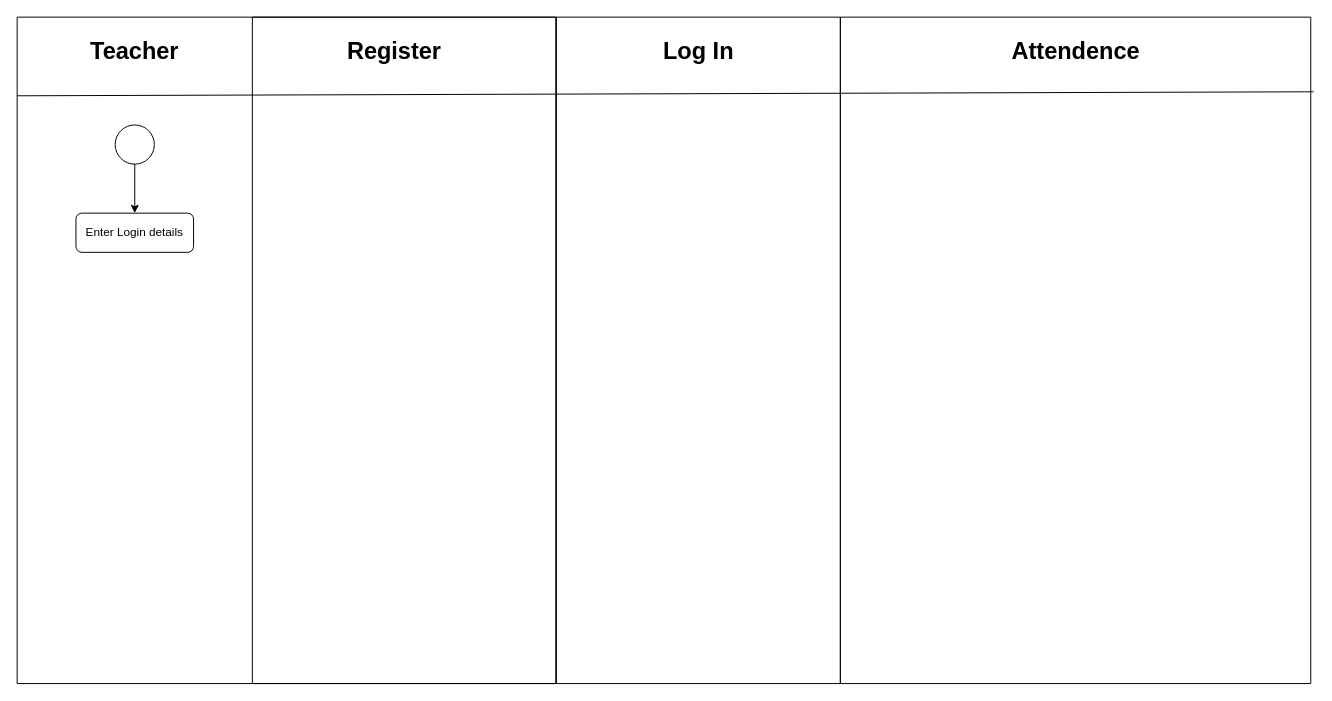
Yagna-gajjar/software-engineering-diagrams keeps this draw.io diagram as Swimlane .drawio. Above is the earlier version. Source tidied: cells renumbered, new cells numbered last; positions are measured from the earlier drawing's top-left corner, leaving out a move shared by most shapes. Both pictures are drawn from the tidied source at 98%, with x=0, y=0 at pixel (17, 17).
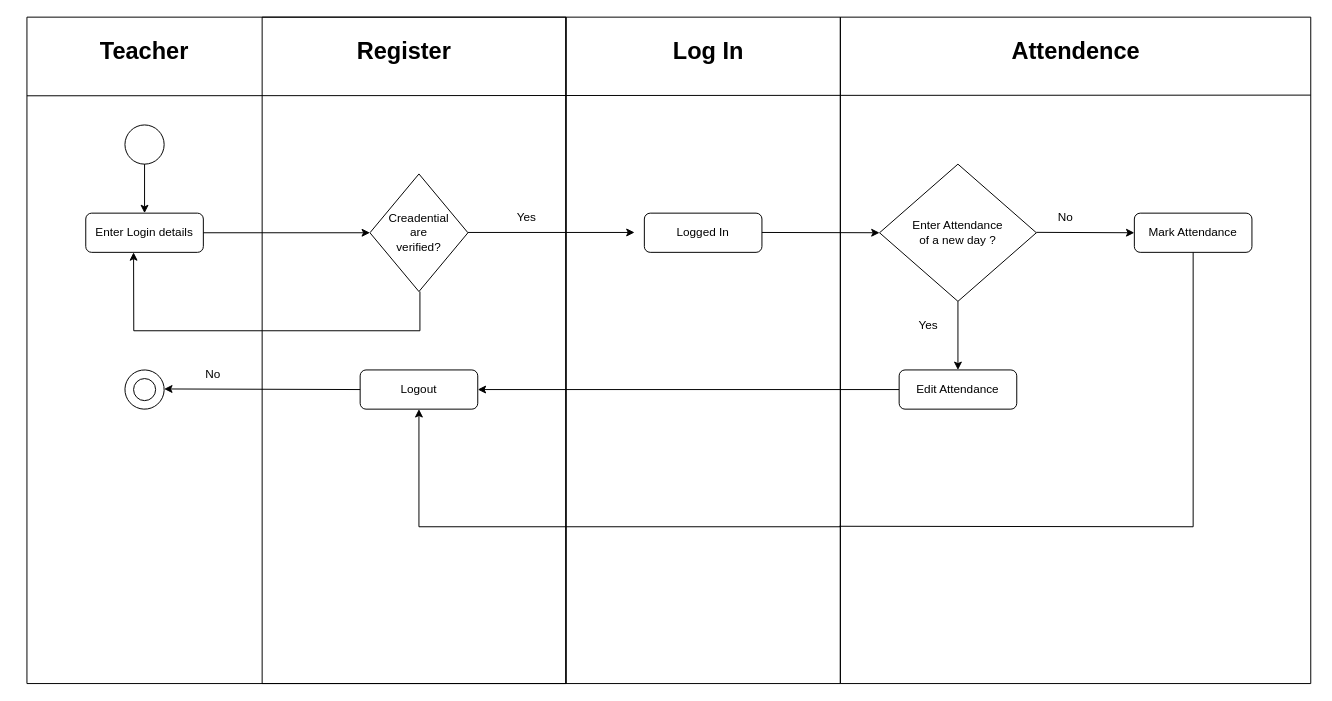
The same diagram, later.

Unchanged cells that the change refers to:
```xml
<mxCell id="12" style="swimlane;startSize=0;" parent="1" vertex="1">
  <mxGeometry x="840" width="480" height="680" as="geometry" />
</mxCell>
```

The edit, as a diff of the source:
```diff
@@
-    <mxCell id="2" style="swimlane;startSize=0;" parent="1" vertex="1">
-      <mxGeometry width="550" height="680" as="geometry" />
-    </mxCell>
+    <mxCell id="10" style="swimlane;startSize=0;" parent="1" vertex="1">
+      <mxGeometry x="560" width="280" height="680" as="geometry" />
+    </mxCell>
+    <mxCell id="11" value="&lt;font style=&quot;font-size: 24px;&quot;&gt;&lt;b&gt;Log In&lt;/b&gt;&lt;/font&gt;" style="text;strokeColor=none;align=center;fillColor=none;html=1;verticalAlign=middle;whiteSpace=wrap;rounded=0;" parent="10" vertex="1">
+      <mxGeometry x="107.5" y="20" width="75" height="30" as="geometry" />
+    </mxCell>
+    <mxCell id="15" style="rounded=1;whiteSpace=wrap;html=1;" parent="10" vertex="1">
+      <mxGeometry x="80" y="200" width="120" height="40" as="geometry" />
+    </mxCell>
+    <mxCell id="16" value="Logged In" style="text;strokeColor=none;align=center;fillColor=none;html=1;verticalAlign=middle;whiteSpace=wrap;rounded=0;" parent="10" vertex="1">
+      <mxGeometry x="110" y="205" width="60" height="30" as="geometry" />
+    </mxCell>
+    <mxCell id="14" style="endArrow=none;html=1;rounded=0;exitX=0;exitY=0.118;exitDx=0;exitDy=0;exitPerimeter=0;entryX=1;entryY=0.117;entryDx=0;entryDy=0;entryPerimeter=0;" parent="1" edge="1" source="2" target="12">
+      <mxGeometry relative="1" as="geometry" />
+    </mxCell>
-    <mxCell id="3" style="swimlane;startSize=0;" parent="2" vertex="1">
-      <mxGeometry x="240" width="310" height="680" as="geometry" />
+    <mxCell id="3" style="swimlane;startSize=0;" parent="1" vertex="1">
+      <mxGeometry x="250" width="310" height="680" as="geometry" />
     </mxCell>
@@
+    <mxCell id="17" style="rhombus;whiteSpace=wrap;html=1;rounded=0;" parent="3" vertex="1">
+      <mxGeometry x="110" y="160" width="100" height="120" as="geometry" />
+    </mxCell>
+    <mxCell id="18" value="Creadential&lt;div&gt;are verified?&lt;/div&gt;" style="text;strokeColor=none;align=center;fillColor=none;html=1;verticalAlign=middle;whiteSpace=wrap;rounded=0;" parent="3" vertex="1">
+      <mxGeometry x="130" y="205" width="60" height="30" as="geometry" />
+    </mxCell>
+    <mxCell id="19" style="endArrow=classic;html=1;rounded=1;entryX=0;entryY=0.5;entryDx=0;entryDy=0;" parent="3" edge="1">
+      <mxGeometry relative="1" as="geometry">
+        <mxPoint x="210" y="219.7" as="sourcePoint" />
+        <mxPoint x="380" y="219.7" as="targetPoint" />
+      </mxGeometry>
+    </mxCell>
+    <mxCell id="2" style="swimlane;startSize=0;" parent="3" vertex="1">
+      <mxGeometry x="-240" width="550" height="680" as="geometry" />
+    </mxCell>
@@
     <mxCell id="8" value="Enter Login details" style="text;strokeColor=none;align=center;fillColor=none;html=1;verticalAlign=middle;whiteSpace=wrap;rounded=0;" parent="2" vertex="1">
-      <mxGeometry x="40" y="205" width="160" height="30" as="geometry" />
+      <mxGeometry x="60" y="205" width="120" height="30" as="geometry" />
     </mxCell>
@@
-    <mxCell id="10" style="swimlane;startSize=0;" parent="1" vertex="1">
-      <mxGeometry x="550" width="290" height="680" as="geometry" />
-    </mxCell>
-    <mxCell id="11" value="&lt;font style=&quot;font-size: 24px;&quot;&gt;&lt;b&gt;Log In&lt;/b&gt;&lt;/font&gt;" style="text;strokeColor=none;align=center;fillColor=none;html=1;verticalAlign=middle;whiteSpace=wrap;rounded=0;" parent="10" vertex="1">
-      <mxGeometry x="107.5" y="20" width="75" height="30" as="geometry" />
-    </mxCell>
+    <mxCell id="20" style="rounded=1;whiteSpace=wrap;html=1;" parent="2" vertex="1">
+      <mxGeometry x="340" y="360" width="120" height="40" as="geometry" />
+    </mxCell>
+    <mxCell id="21" value="Logout" style="text;strokeColor=none;align=center;fillColor=none;html=1;verticalAlign=middle;whiteSpace=wrap;rounded=0;" parent="2" vertex="1">
+      <mxGeometry x="350" y="365" width="100" height="30" as="geometry" />
+    </mxCell>
+    <mxCell id="22" style="ellipse;whiteSpace=wrap;html=1;" parent="2" vertex="1">
+      <mxGeometry x="108.8" y="368.8" width="22.5" height="22.5" as="geometry" />
+    </mxCell>
+    <mxCell id="23" style="verticalLabelPosition=bottom;verticalAlign=top;html=1;shape=mxgraph.basic.arc;startAngle=0.10090784986700065;endAngle=0.1;rounded=1;" parent="2" vertex="1">
+      <mxGeometry x="100" y="360" width="40" height="40" as="geometry" />
+    </mxCell>
+    <mxCell id="24" style="endArrow=classic;html=1;rounded=1;entryX=1;entryY=0.5;entryDx=0;entryDy=0;exitX=0;exitY=0.5;exitDx=0;exitDy=0;" parent="2" edge="1" source="20">
+      <mxGeometry relative="1" as="geometry">
+        <mxPoint x="140" y="379.4" as="targetPoint" />
+      </mxGeometry>
+    </mxCell>
+    <mxCell id="25" style="endArrow=classic;html=1;rounded=0;entryX=0.5;entryY=1;entryDx=0;entryDy=0;" parent="2" edge="1">
+      <mxGeometry relative="1" as="geometry">
+        <mxPoint x="240" y="320" as="sourcePoint" />
+        <mxPoint x="108.8" y="240" as="targetPoint" />
+        <Array as="points">
+          <mxPoint x="109" y="320" />
+        </Array>
+      </mxGeometry>
+    </mxCell>
+    <mxCell id="26" style="endArrow=none;html=1;rounded=0;exitX=0.5;exitY=1;exitDx=0;exitDy=0;" parent="2" edge="1">
+      <mxGeometry relative="1" as="geometry">
+        <mxPoint x="401" y="280" as="sourcePoint" />
+        <mxPoint x="240" y="320" as="targetPoint" />
+        <Array as="points">
+          <mxPoint x="401" y="320" />
+        </Array>
+      </mxGeometry>
+    </mxCell>
+    <mxCell id="27" value="Yes" style="text;strokeColor=none;align=center;fillColor=none;html=1;verticalAlign=middle;whiteSpace=wrap;rounded=0;" parent="2" vertex="1">
+      <mxGeometry x="480" y="190" width="60" height="30" as="geometry" />
+    </mxCell>
+    <mxCell id="28" value="No" style="text;strokeColor=none;align=center;fillColor=none;html=1;verticalAlign=middle;whiteSpace=wrap;rounded=0;" parent="2" vertex="1">
+      <mxGeometry x="160" y="350" width="60" height="30" as="geometry" />
+    </mxCell>
+    <mxCell id="29" style="endArrow=classic;html=1;rounded=1;entryX=0;entryY=0.5;entryDx=0;entryDy=0;" parent="3" edge="1" source="8" target="17">
+      <mxGeometry relative="1" as="geometry" />
+    </mxCell>
+    <mxCell id="30" style="endArrow=classic;html=1;rounded=1;entryX=1;entryY=0.5;entryDx=0;entryDy=0;exitX=0;exitY=0.5;exitDx=0;exitDy=0;" parent="1" edge="1" source="37">
+      <mxGeometry relative="1" as="geometry">
+        <mxPoint x="470" y="380" as="targetPoint" />
+      </mxGeometry>
+    </mxCell>
@@
-    <mxCell id="14" style="endArrow=none;html=1;rounded=0;exitX=0;exitY=0.118;exitDx=0;exitDy=0;exitPerimeter=0;entryX=1.006;entryY=0.112;entryDx=0;entryDy=0;entryPerimeter=0;" parent="1" edge="1" source="2" target="12">
-      <mxGeometry relative="1" as="geometry" />
-    </mxCell>
+    <mxCell id="31" style="endArrow=classic;html=1;rounded=1;" parent="12" edge="1">
+      <mxGeometry relative="1" as="geometry">
+        <mxPoint x="-80" y="219.7" as="sourcePoint" />
+        <mxPoint x="40" y="220" as="targetPoint" />
+      </mxGeometry>
+    </mxCell>
+    <mxCell id="32" style="rhombus;whiteSpace=wrap;html=1;rounded=0;" parent="12" vertex="1">
+      <mxGeometry x="40" y="150" width="160" height="140" as="geometry" />
+    </mxCell>
+    <mxCell id="33" value="Enter Attendance&lt;div&gt;of a new day ?&lt;/div&gt;" style="text;strokeColor=none;align=center;fillColor=none;html=1;verticalAlign=middle;whiteSpace=wrap;rounded=0;" parent="12" vertex="1">
+      <mxGeometry x="55" y="205" width="130" height="30" as="geometry" />
+    </mxCell>
+    <mxCell id="34" style="rounded=1;whiteSpace=wrap;html=1;" parent="12" vertex="1">
+      <mxGeometry x="300" y="200" width="120" height="40" as="geometry" />
+    </mxCell>
+    <mxCell id="35" value="Mark Attendance" style="text;strokeColor=none;align=center;fillColor=none;html=1;verticalAlign=middle;whiteSpace=wrap;rounded=0;" parent="12" vertex="1">
+      <mxGeometry x="310" y="205" width="100" height="30" as="geometry" />
+    </mxCell>
+    <mxCell id="36" style="endArrow=classic;html=1;rounded=1;entryX=0;entryY=0.5;entryDx=0;entryDy=0;" parent="12" edge="1" target="34">
+      <mxGeometry relative="1" as="geometry">
+        <mxPoint x="200" y="219.6" as="sourcePoint" />
+      </mxGeometry>
+    </mxCell>
+    <mxCell id="37" style="rounded=1;whiteSpace=wrap;html=1;" parent="12" vertex="1">
+      <mxGeometry x="60" y="360" width="120" height="40" as="geometry" />
+    </mxCell>
+    <mxCell id="38" value="Edit Attendance" style="text;strokeColor=none;align=center;fillColor=none;html=1;verticalAlign=middle;whiteSpace=wrap;rounded=0;" parent="12" vertex="1">
+      <mxGeometry x="70" y="365" width="100" height="30" as="geometry" />
+    </mxCell>
+    <mxCell id="39" style="endArrow=classic;html=1;rounded=1;exitX=0.5;exitY=1;exitDx=0;exitDy=0;" parent="12" edge="1" source="32">
+      <mxGeometry relative="1" as="geometry">
+        <mxPoint x="120" y="360" as="targetPoint" />
+      </mxGeometry>
+    </mxCell>
+    <mxCell id="40" style="endArrow=none;html=1;rounded=0;exitX=0.5;exitY=1;exitDx=0;exitDy=0;entryX=-0.002;entryY=0.764;entryDx=0;entryDy=0;entryPerimeter=0;" parent="12" edge="1" source="34" target="12">
+      <mxGeometry relative="1" as="geometry">
+        <Array as="points">
+          <mxPoint x="360" y="520" />
+        </Array>
+      </mxGeometry>
+    </mxCell>
+    <mxCell id="41" value="Yes" style="text;strokeColor=none;align=center;fillColor=none;html=1;verticalAlign=middle;whiteSpace=wrap;rounded=0;" parent="12" vertex="1">
+      <mxGeometry x="60" y="300" width="60" height="30" as="geometry" />
+    </mxCell>
+    <mxCell id="42" value="No" style="text;strokeColor=none;align=center;fillColor=none;html=1;verticalAlign=middle;whiteSpace=wrap;rounded=0;" parent="12" vertex="1">
+      <mxGeometry x="200" y="190" width="60" height="30" as="geometry" />
+    </mxCell>
+    <mxCell id="43" style="endArrow=classic;html=1;rounded=0;entryX=0.5;entryY=1;entryDx=0;entryDy=0;" parent="1" edge="1" target="20">
+      <mxGeometry relative="1" as="geometry">
+        <mxPoint x="840" y="520" as="sourcePoint" />
+        <Array as="points">
+          <mxPoint x="410" y="520" />
+        </Array>
+      </mxGeometry>
+    </mxCell>
```
